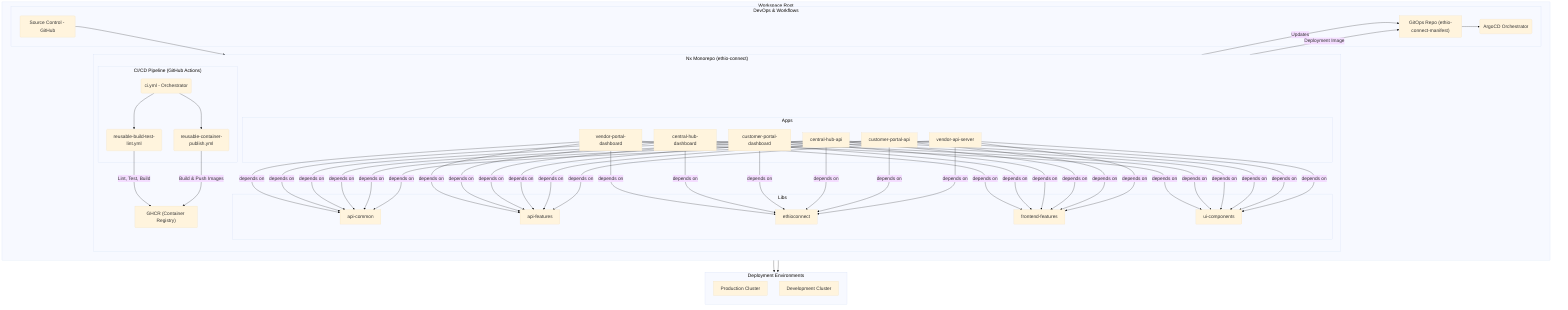
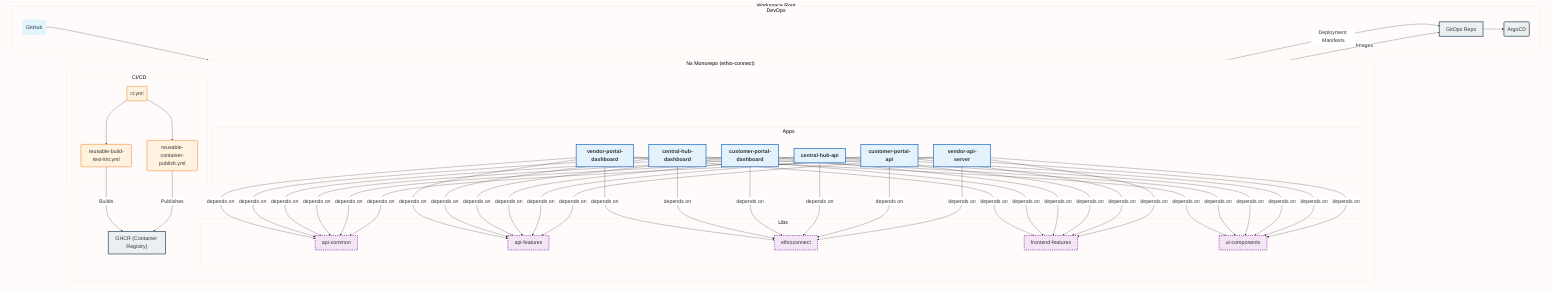
- %%{init: {'theme': 'base', 'themeVariables': { 'fontSize': '20px', 'fontFamily': 'arial' }, 'flowchart': {'nodeSpacing': 50, 'rankSpacing': 50}}}%%
+ %%{init: {'theme': 'base', 'themeVariables': { 'fontSize': '24px', 'fontFamily': 'arial', 'primaryColor': '#e1f5fe', 'edgeLabelBackground':'#ffffff' }, 'flowchart': {'nodeSpacing': 70, 'rankSpacing': 70}}}%%
graph TD
+     classDef app fill:#e3f2fd,stroke:#1565c0,stroke-width:3px,font-weight:bold;
+     classDef lib fill:#f3e5f5,stroke:#7b1fa2,stroke-width:3px,stroke-dasharray: 5 5;
+     classDef ci fill:#fff3e0,stroke:#ef6c00,stroke-width:2px;
+     classDef infra fill:#eceff1,stroke:#546e7a,stroke-width:4px;
+ 
    subgraph "Workspace Root"
        direction LR
        subgraph "Nx Monorepo (ethio-connect)"
            direction TB
            subgraph "Apps"
-                 A[vendor-portal-dashboard]
-                 B[central-hub-dashboard]
-                 C[customer-portal-dashboard]
-                 D[central-hub-api]
-                 E[customer-portal-api]
-                 F[vendor-api-server]
+                 A[vendor-portal-dashboard]:::app
+                 B[central-hub-dashboard]:::app
+                 C[customer-portal-dashboard]:::app
+                 D[central-hub-api]:::app
+                 E[customer-portal-api]:::app
+                 F[vendor-api-server]:::app
            end

            subgraph "Libs"
-                 G[api-common]
-                 H[api-features]
-                 I[ethioconnect]
-                 J[frontend-features]
-                 K[ui-components]
+                 G[api-common]:::lib
+                 H[api-features]:::lib
+                 I[ethioconnect]:::lib
+                 J[frontend-features]:::lib
+                 K[ui-components]:::lib
            end

-             subgraph "CI/CD Pipeline (GitHub Actions)"
-                 CI_Main("ci.yml - Orchestrator") --> CI_Build("reusable-build-test-lint.yml")
-                 CI_Main --> CI_Publish("reusable-container-publish.yml")
+             subgraph "CI/CD"
+                 CI_Main("ci.yml"):::ci
+                 CI_Build("reusable-build-test-lint.yml"):::ci
+                 CI_Publish("reusable-container-publish.yml"):::ci
            end

-             CI_Build -->|Lint, Test, Build| GHCR["GHCR (Container Registry)"]
-             CI_Publish -->|Build & Push Images| GHCR["GHCR (Container Registry)"]
+             CI_Main --> CI_Build
+             CI_Main --> CI_Publish
+             CI_Build -->|Builds| GHCR["GHCR (Container Registry)"]:::infra
+             CI_Publish -->|Publishes| GHCR

            A & B & C & D & E & F -->|depends on| G & H & I & J & K
        end

-         subgraph "DevOps & Workflows"
-             SC("Source Control - GitHub") --> CI_Main
-             CI_Publish -->|Updates| GR["GitOps Repo (ethio-connect-manifest)"]
-             GHCR -->|Deployment Image| GR
-             GR --> ArgoCD("ArgoCD Orchestrator")
+         subgraph "DevOps"
+             SC("GitHub") --> CI_Main
+             CI_Publish -->|Deployment Manifests| GR["GitOps Repo"]:::infra
+             GHCR -->|Images| GR
+             GR --> ArgoCD("ArgoCD"):::infra
        end
-     end
- 
-     subgraph "Deployment Environments"
-         direction TB
-         ArgoCD --> P_Cluster["Production Cluster"]
-         ArgoCD --> D_Cluster["Development Cluster"]
    end